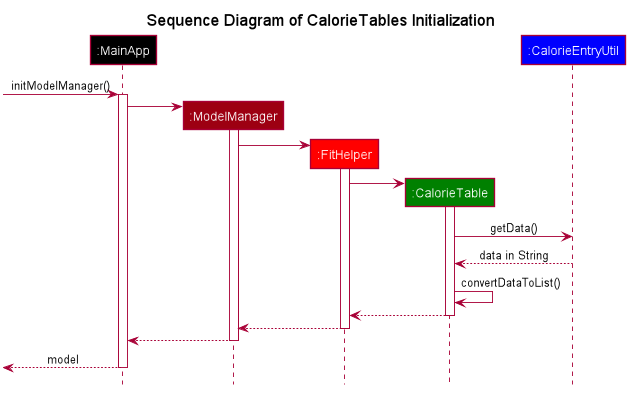
Earlier version of the PlantUML export images/InitializationOfCalorieTables.png (AY1920S2-CS2103-T09-4/main).
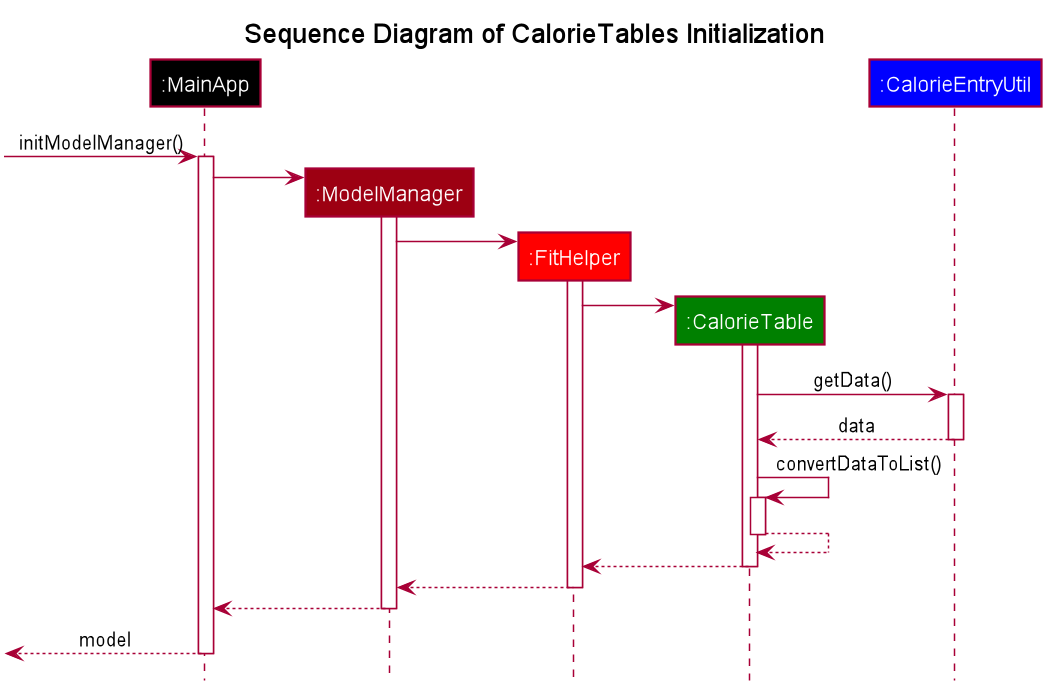
The same diagram one commit later.

What changed in the source:
```diff
@@ -68,8 +68,13 @@
 Fh -> Table
 activate Table
 Table -> Data : getData()
-Table <-- Data : data in String
+activate Data
+Table <-- Data : data
+deactivate
 Table -> Table : convertDataToList()
+activate Table
+Table --> Table :
+deactivate
 Fh <-- Table
 deactivate
 Model <-- Fh
```
